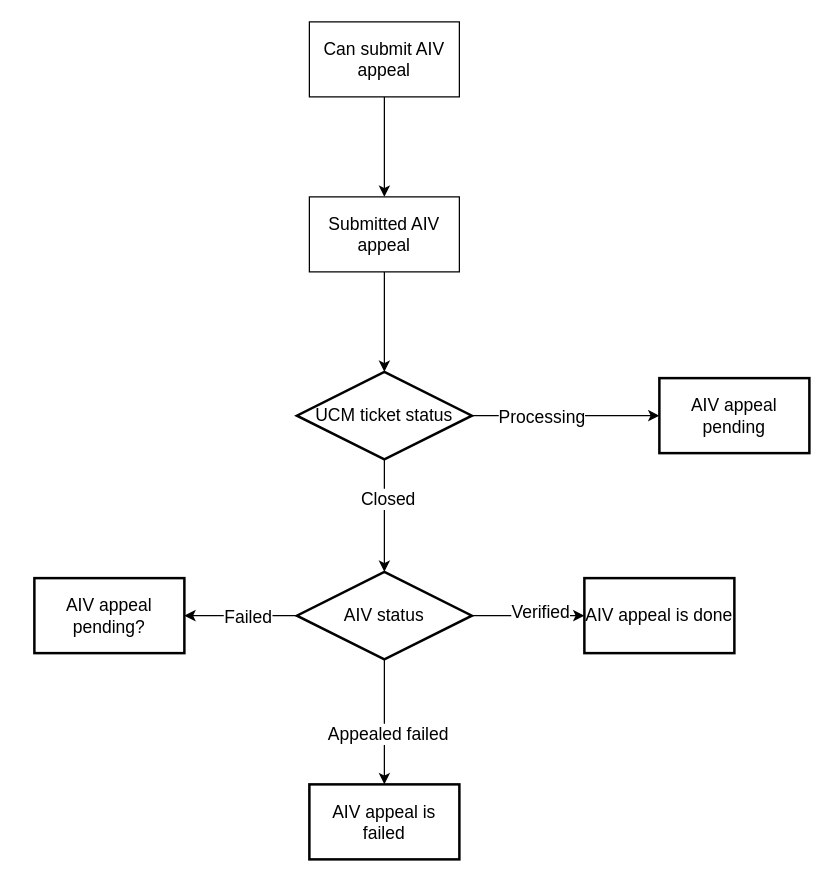
Seandor/diagrams-storage keeps this draw.io diagram as page "AIV appeal flow" (3 of 3) of misc.drawio. Above is the earlier version. Source tidied: cells renumbered, new cells numbered last; positions are measured from the earlier drawing's top-left corner, leaving out a move shared by most shapes. Both pictures are drawn from the tidied source at 125%, with x=0, y=0 at pixel (34, 21).
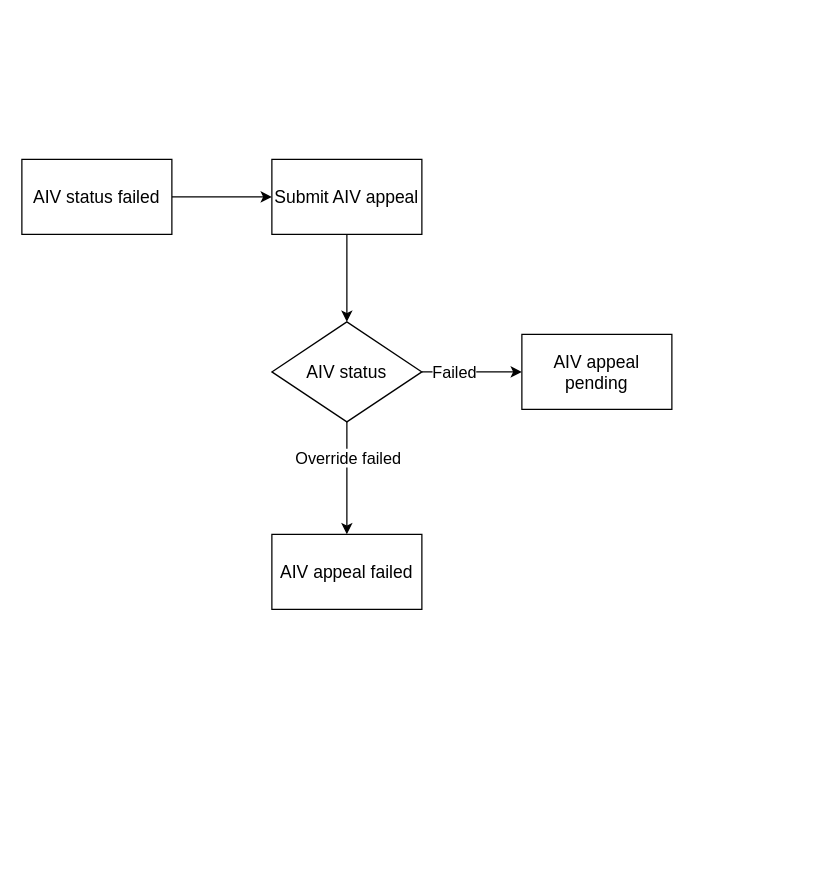
The same diagram, later.

Diff of the diagram source:
```diff
@@
-    <mxCell id="2" style="edgeStyle=orthogonalEdgeStyle;rounded=0;jettySize=auto;html=1;fontSize=14;" parent="1" edge="1" source="3" target="5">
-      <mxGeometry relative="1" as="geometry" />
-    </mxCell>
-    <mxCell id="3" value="&lt;font style=&quot;font-size: 14px;&quot;&gt;Can submit AIV appeal&lt;/font&gt;" style="whiteSpace=wrap;html=1;" parent="1" vertex="1">
-      <mxGeometry x="220" width="120" height="60" as="geometry" />
-    </mxCell>
-    <mxCell id="4" style="edgeStyle=orthogonalEdgeStyle;rounded=0;jettySize=auto;html=1;fontSize=14;" parent="1" edge="1" source="5">
-      <mxGeometry relative="1" as="geometry">
-        <mxPoint x="280" y="280" as="targetPoint" />
-      </mxGeometry>
-    </mxCell>
-    <mxCell id="5" value="&lt;font style=&quot;font-size: 14px;&quot;&gt;Submitted AIV appeal&lt;/font&gt;" style="whiteSpace=wrap;html=1;" parent="1" vertex="1">
-      <mxGeometry x="220" y="140" width="120" height="60" as="geometry" />
-    </mxCell>
-    <mxCell id="6" style="edgeStyle=orthogonalEdgeStyle;rounded=0;jettySize=auto;html=1;fontSize=14;" parent="1" edge="1" source="10" target="11">
-      <mxGeometry relative="1" as="geometry" />
-    </mxCell>
-    <mxCell id="7" value="Processing" style="edgeLabel;html=1;align=center;verticalAlign=middle;fontSize=14;" parent="6" vertex="1">
-      <mxGeometry x="-0.27" relative="1" as="geometry" />
-    </mxCell>
-    <mxCell id="8" style="edgeStyle=orthogonalEdgeStyle;rounded=0;jettySize=auto;html=1;fontSize=14;entryX=0.5;entryY=0;entryDx=0;entryDy=0;entryPerimeter=0;" parent="1" edge="1" source="10" target="18">
-      <mxGeometry relative="1" as="geometry" />
-    </mxCell>
-    <mxCell id="9" value="Closed" style="edgeLabel;html=1;align=center;verticalAlign=middle;fontSize=14;" parent="8" vertex="1">
-      <mxGeometry x="-0.32" y="2" relative="1" as="geometry" />
-    </mxCell>
-    <mxCell id="10" value="UCM ticket status" style="strokeWidth=2;html=1;shape=mxgraph.flowchart.decision;whiteSpace=wrap;fontSize=14;" parent="1" vertex="1">
-      <mxGeometry x="210" y="280" width="140" height="70" as="geometry" />
-    </mxCell>
+    <mxCell id="22" style="edgeStyle=orthogonalEdgeStyle;rounded=0;jettySize=auto;html=1;" parent="1" edge="1" source="23" target="25">
+      <mxGeometry relative="1" as="geometry" />
+    </mxCell>
+    <mxCell id="23" value="AIV status failed" style="rounded=0;whiteSpace=wrap;html=1;fontSize=14;" parent="1" vertex="1">
+      <mxGeometry x="-10" y="110" width="120" height="60" as="geometry" />
+    </mxCell>
+    <mxCell id="24" style="edgeStyle=orthogonalEdgeStyle;rounded=0;jettySize=auto;html=1;" parent="1" edge="1" source="25" target="18">
+      <mxGeometry relative="1" as="geometry" />
+    </mxCell>
+    <mxCell id="25" value="Submit AIV appeal" style="whiteSpace=wrap;html=1;fontSize=14;rounded=0;" parent="1" vertex="1">
+      <mxGeometry x="190" y="110" width="120" height="60" as="geometry" />
+    </mxCell>
+    <mxCell id="26" style="edgeStyle=orthogonalEdgeStyle;rounded=0;jettySize=auto;html=1;" parent="1" edge="1" source="18" target="11">
+      <mxGeometry relative="1" as="geometry" />
+    </mxCell>
+    <mxCell id="17" value="Failed" style="edgeLabel;html=1;align=center;verticalAlign=middle;fontSize=13;" parent="26" vertex="1">
+      <mxGeometry x="-0.37" y="1" relative="1" as="geometry" />
+    </mxCell>
+    <mxCell id="27" style="edgeStyle=orthogonalEdgeStyle;rounded=0;jettySize=auto;html=1;" parent="1" edge="1" source="18" target="29">
+      <mxGeometry relative="1" as="geometry" />
+    </mxCell>
+    <mxCell id="28" value="&lt;font style=&quot;font-size: 13px;&quot;&gt;Override failed&lt;/font&gt;" style="edgeLabel;html=1;align=center;verticalAlign=middle;" parent="27" vertex="1">
+      <mxGeometry x="-0.37" relative="1" as="geometry" />
+    </mxCell>
+    <mxCell id="18" value="AIV status" style="rhombus;whiteSpace=wrap;html=1;fontSize=14;rounded=0;" parent="1" vertex="1">
+      <mxGeometry x="190" y="240" width="120" height="80" as="geometry" />
+    </mxCell>
-    <mxCell id="11" value="AIV appeal pending" style="whiteSpace=wrap;html=1;fontSize=14;strokeWidth=2;" parent="1" vertex="1">
-      <mxGeometry x="500" y="285" width="120" height="60" as="geometry" />
+    <mxCell id="11" value="AIV appeal pending" style="whiteSpace=wrap;html=1;fontSize=14;rounded=0;" parent="1" vertex="1">
+      <mxGeometry x="390" y="250" width="120" height="60" as="geometry" />
     </mxCell>
-    <mxCell id="12" style="edgeStyle=orthogonalEdgeStyle;rounded=0;jettySize=auto;html=1;fontSize=14;" parent="1" edge="1" source="18" target="19">
-      <mxGeometry relative="1" as="geometry" />
-    </mxCell>
-    <mxCell id="13" value="Appealed failed" style="edgeLabel;html=1;align=center;verticalAlign=middle;fontSize=14;" parent="12" vertex="1">
-      <mxGeometry x="0.18" y="2" relative="1" as="geometry" />
-    </mxCell>
-    <mxCell id="14" style="edgeStyle=orthogonalEdgeStyle;rounded=0;jettySize=auto;html=1;fontSize=14;" parent="1" edge="1" source="18" target="20">
-      <mxGeometry relative="1" as="geometry" />
-    </mxCell>
-    <mxCell id="15" value="Verified" style="edgeLabel;html=1;align=center;verticalAlign=middle;fontSize=14;" parent="14" vertex="1">
-      <mxGeometry x="0.19" y="4" relative="1" as="geometry" />
-    </mxCell>
-    <mxCell id="16" style="edgeStyle=orthogonalEdgeStyle;rounded=0;jettySize=auto;html=1;fontSize=14;" parent="1" edge="1" source="18" target="21">
-      <mxGeometry relative="1" as="geometry" />
-    </mxCell>
-    <mxCell id="17" value="Failed" style="edgeLabel;html=1;align=center;verticalAlign=middle;fontSize=14;" parent="16" vertex="1">
-      <mxGeometry x="-0.12" relative="1" as="geometry" />
-    </mxCell>
-    <mxCell id="18" value="AIV status" style="strokeWidth=2;html=1;shape=mxgraph.flowchart.decision;whiteSpace=wrap;fontSize=14;" parent="1" vertex="1">
-      <mxGeometry x="210" y="440" width="140" height="70" as="geometry" />
-    </mxCell>
-    <mxCell id="19" value="AIV appeal is failed" style="whiteSpace=wrap;html=1;fontSize=14;strokeWidth=2;" parent="1" vertex="1">
-      <mxGeometry x="220" y="610" width="120" height="60" as="geometry" />
-    </mxCell>
-    <mxCell id="20" value="AIV appeal is done" style="whiteSpace=wrap;html=1;fontSize=14;strokeWidth=2;" parent="1" vertex="1">
-      <mxGeometry x="440" y="445" width="120" height="60" as="geometry" />
-    </mxCell>
-    <mxCell id="21" value="AIV appeal pending?" style="whiteSpace=wrap;html=1;fontSize=14;strokeWidth=2;" parent="1" vertex="1">
-      <mxGeometry y="445" width="120" height="60" as="geometry" />
-    </mxCell>
+    <mxCell id="29" value="AIV appeal failed" style="whiteSpace=wrap;html=1;fontSize=14;rounded=0;" parent="1" vertex="1">
+      <mxGeometry x="190" y="410" width="120" height="60" as="geometry" />
+    </mxCell>
```
